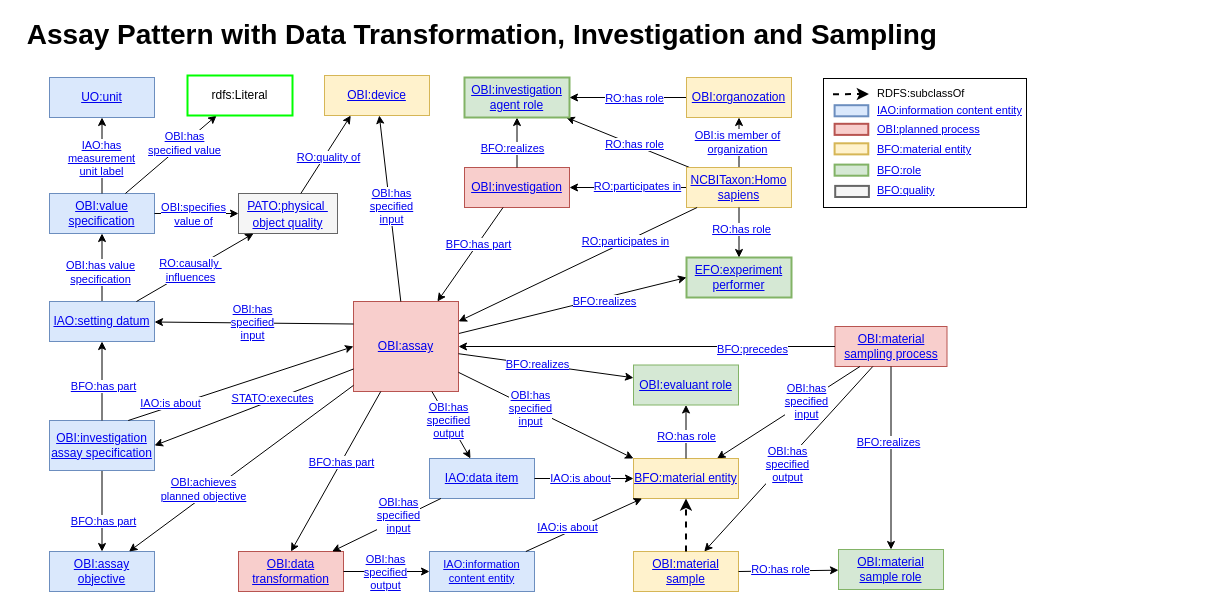
Above: page "Extended Assay Pattern" (5 of 5) of docs/images/VIBSO_T-Box_graph_views.drawio in NFDI4Chem/VibrationalSpectroscopyOntology (draw.io), before the change. Source tidied: cells renumbered, new cells numbered last; positions are measured from the earlier drawing's top-left corner, leaving out a move shared by most shapes. Both pictures are drawn from the tidied source at 100%, with x=0, y=0 at pixel (17, 19).
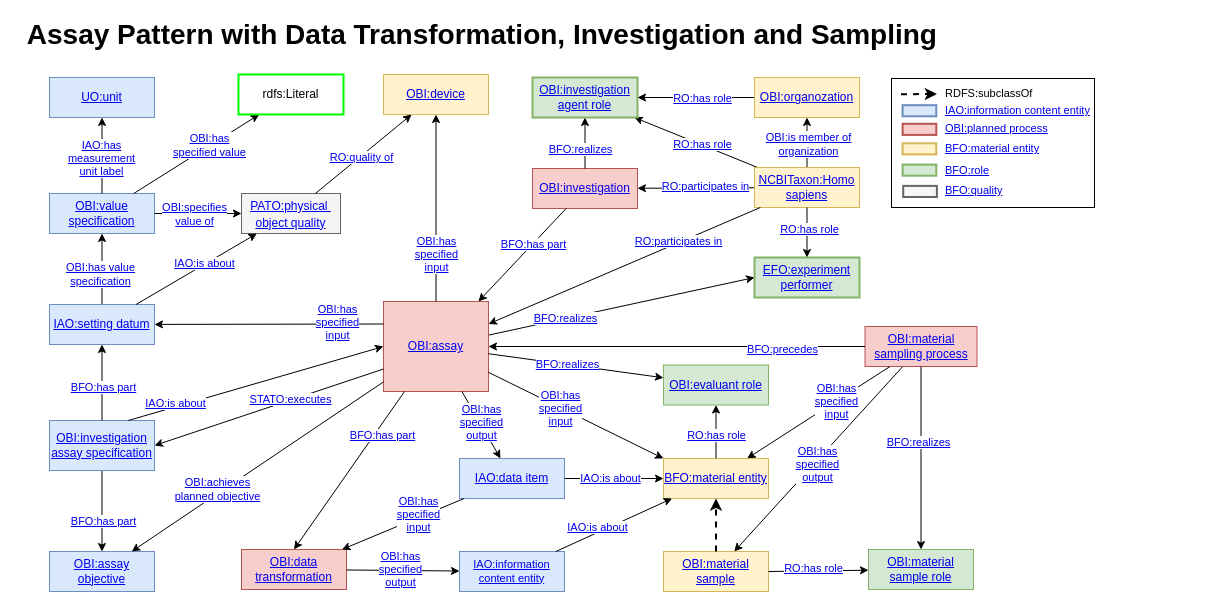
Above is the later version.

Unchanged cells that the change refers to:
```xml
<mxCell id="3" style="rounded=0;jettySize=auto;html=1;exitX=1;exitY=0.5;exitDx=0;exitDy=0;" parent="1" edge="1" source="2" target="12">
  <mxGeometry relative="1" as="geometry" />
</mxCell>
<mxCell id="15" style="edgeStyle=none;rounded=0;jettySize=auto;html=1;fontSize=12;" parent="1" edge="1" source="27" target="94">
  <mxGeometry relative="1" as="geometry" />
</mxCell>
<mxCell id="30" style="edgeStyle=none;rounded=0;jettySize=auto;html=1;fontSize=12;" parent="1" edge="1" source="27" target="39">
  <mxGeometry relative="1" as="geometry" />
</mxCell>
<mxCell id="32" style="edgeStyle=none;rounded=0;jettySize=auto;html=1;fontSize=12;entryX=0;entryY=0.5;entryDx=0;entryDy=0;" parent="1" edge="1" source="39" target="17">
  <mxGeometry relative="1" as="geometry" />
</mxCell>
<mxCell id="41" style="rounded=0;jettySize=auto;html=1;jumpStyle=arc;" parent="1" edge="1" source="39" target="40">
  <mxGeometry relative="1" as="geometry" />
</mxCell>
<mxCell id="44" style="rounded=0;jettySize=auto;html=1;jumpStyle=arc;strokeColor=#000000;fontColor=#000000;" parent="1" edge="1" source="39" target="43">
  <mxGeometry relative="1" as="geometry" />
</mxCell>
<mxCell id="53" style="rounded=0;jettySize=auto;html=1;jumpStyle=arc;strokeColor=#000000;fontColor=#000000;" parent="1" edge="1" source="52" target="55">
  <mxGeometry relative="1" as="geometry" />
</mxCell>
<mxCell id="61" style="rounded=0;jettySize=auto;html=1;" parent="1" edge="1" source="39" target="58">
  <mxGeometry relative="1" as="geometry" />
</mxCell>
<mxCell id="70" style="rounded=0;jettySize=auto;html=1;" parent="1" edge="1" source="49" target="69">
  <mxGeometry relative="1" as="geometry" />
</mxCell>
<mxCell id="84" style="edgeStyle=none;rounded=0;jumpStyle=arc;jettySize=auto;html=1;fontSize=14;" parent="1" edge="1" source="79" target="86">
  <mxGeometry relative="1" as="geometry" />
</mxCell>
<mxCell id="87" style="rounded=0;jettySize=auto;html=1;jumpStyle=arc;fontColor=#000000;strokeColor=#000000;entryX=0.5;entryY=0;entryDx=0;entryDy=0;" parent="1" edge="1" source="39" target="52">
  <mxGeometry relative="1" as="geometry" />
</mxCell>
<mxCell id="116" style="rounded=0;jettySize=auto;html=1;jumpStyle=arc;strokeColor=#000000;fontColor=#000000;exitX=0;exitY=0.25;exitDx=0;exitDy=0;" parent="1" edge="1" source="39" target="48">
  <mxGeometry relative="1" as="geometry" />
</mxCell>
```

Diff of the diagram source:
```diff
@@
     <mxCell id="2" value="&lt;a href=&quot;https://terminology.nfdi4chem.de/ts/ontologies/obi/terms?iri=http%3A%2F%2Fpurl.obolibrary.org%2Fobo%2FOBI_0000747&quot;&gt;OBI:material sample&lt;/a&gt;" style="rounded=0;whiteSpace=wrap;html=1;fillColor=#fff2cc;strokeColor=#d6b656;" parent="1" vertex="1">
-      <mxGeometry x="616" y="532" width="105" height="40" as="geometry" />
+      <mxGeometry x="646" y="532" width="105" height="40" as="geometry" />
     </mxCell>
@@
     <mxCell id="4" value="&lt;a href=&quot;https://terminology.nfdi4chem.de/ts/ontologies/ro/props?iri=http%3A%2F%2Fpurl.obolibrary.org%2Fobo%2FRO_0000087&quot;&gt;RO:has role&lt;/a&gt;" style="edgeLabel;html=1;align=center;verticalAlign=middle;" parent="3" vertex="1">
       <mxGeometry x="-0.18" y="2" relative="1" as="geometry">
-        <mxPoint x="1" as="offset" />
+        <mxPoint x="4" y="-1" as="offset" />
       </mxGeometry>
     </mxCell>
     <mxCell id="5" value="&lt;div&gt;&lt;a href=&quot;https://terminology.nfdi4chem.de/ts/ontologies/obi/terms?iri=http%3A%2F%2Fpurl.obolibrary.org%2Fobo%2FOBI_0000744&quot;&gt;OBI:material sampling process&lt;/a&gt;&lt;br&gt;&lt;/div&gt;" style="rounded=0;whiteSpace=wrap;html=1;fillColor=#f8cecc;strokeColor=#b85450;" parent="1" vertex="1">
-      <mxGeometry x="817.5" y="307" width="112" height="40" as="geometry" />
+      <mxGeometry x="847.5" y="307" width="112" height="40" as="geometry" />
     </mxCell>
@@
     <mxCell id="12" value="&lt;div&gt;&lt;a href=&quot;https://terminology.nfdi4chem.de/ts/ontologies/obi/terms?iri=http%3A%2F%2Fpurl.obolibrary.org%2Fobo%2FOBI_0000740&quot;&gt;OBI:material &lt;br&gt;&lt;/a&gt;&lt;/div&gt;&lt;div&gt;&lt;a href=&quot;https://terminology.nfdi4chem.de/ts/ontologies/obi/terms?iri=http%3A%2F%2Fpurl.obolibrary.org%2Fobo%2FOBI_0000740&quot;&gt;sample role&lt;/a&gt;&lt;/div&gt;" style="rounded=0;whiteSpace=wrap;html=1;fillColor=#d5e8d4;strokeColor=#82b366;" parent="1" vertex="1">
-      <mxGeometry x="821" y="530" width="105" height="40" as="geometry" />
+      <mxGeometry x="851" y="530" width="105" height="40" as="geometry" />
     </mxCell>
@@
     <mxCell id="16" value="&lt;div style=&quot;font-size: 11px;&quot;&gt;&lt;a href=&quot;https://terminology.nfdi4chem.de/ts/ontologies/obi/props?iri=http%3A%2F%2Fpurl.obolibrary.org%2Fobo%2FOBI_0000846&quot;&gt;OBI:is member of &lt;br style=&quot;font-size: 11px;&quot;&gt;&lt;/a&gt;&lt;/div&gt;&lt;div style=&quot;font-size: 11px;&quot;&gt;&lt;a href=&quot;https://terminology.nfdi4chem.de/ts/ontologies/obi/props?iri=http%3A%2F%2Fpurl.obolibrary.org%2Fobo%2FOBI_0000846&quot;&gt;organization&lt;/a&gt;&lt;/div&gt;" style="edgeLabel;html=1;align=center;verticalAlign=middle;fontSize=11;" parent="15" vertex="1">
       <mxGeometry x="-0.13" y="-1" relative="1" as="geometry">
-        <mxPoint x="-3" y="-4" as="offset" />
+        <mxPoint y="-2" as="offset" />
       </mxGeometry>
     </mxCell>
     <mxCell id="17" value="&lt;div style=&quot;font-size: 12px;&quot;&gt;&lt;a href=&quot;https://terminology.tib.eu/ts/ontologies/efo/terms?iri=http%3A%2F%2Fwww.ebi.ac.uk%2Fefo%2FEFO_0000647&quot;&gt;EFO:experiment performer&lt;/a&gt;&lt;/div&gt;" style="rounded=0;whiteSpace=wrap;html=1;glass=0;fillColor=#d5e8d4;fontStyle=0;fontSize=12;shadow=0;strokeColor=#82b366;strokeWidth=2;fontFamily=Helvetica;" parent="1" vertex="1">
-      <mxGeometry x="669" y="238" width="105" height="40" as="geometry" />
+      <mxGeometry x="737" y="238" width="105" height="40" as="geometry" />
     </mxCell>
@@
     <mxCell id="20" value="&lt;div style=&quot;font-size: 12px;&quot;&gt;&lt;a href=&quot;https://terminology.nfdi4chem.de/ts/ontologies/obi/terms?iri=http%3A%2F%2Fpurl.obolibrary.org%2Fobo%2FOBI_0000066&quot;&gt;OBI:investigation&lt;/a&gt;&lt;/div&gt;" style="rounded=0;whiteSpace=wrap;html=1;fillColor=#f8cecc;strokeColor=#b85450;fontStyle=0;fontSize=12;" parent="1" vertex="1">
-      <mxGeometry x="447" y="148" width="105" height="40" as="geometry" />
+      <mxGeometry x="515" y="149" width="105" height="40" as="geometry" />
     </mxCell>
@@
     <mxCell id="27" value="&lt;a href=&quot;https://terminology.nfdi4chem.de/ts/ontologies/obi/terms?iri=http%3A%2F%2Fpurl.obolibrary.org%2Fobo%2FNCBITaxon_9606&quot;&gt;NCBITaxon:Homo sapiens&lt;/a&gt;" style="rounded=0;whiteSpace=wrap;html=1;glass=0;fillColor=#fff2cc;fontStyle=0;fontSize=12;shadow=0;strokeColor=#d6b656;strokeWidth=1;" parent="1" vertex="1">
-      <mxGeometry x="669" y="148" width="105" height="40" as="geometry" />
+      <mxGeometry x="737" y="148" width="105" height="40" as="geometry" />
     </mxCell>
     <mxCell id="28" value="&lt;div style=&quot;font-size: 12px;&quot;&gt;&lt;a href=&quot;https://terminology.nfdi4chem.de/ts/ontologies/obi/terms?iri=http%3A%2F%2Fpurl.obolibrary.org%2Fobo%2FOBI_0000202&quot;&gt;OBI:investigation agent role&lt;/a&gt;&lt;/div&gt;" style="text;whiteSpace=wrap;html=1;fillColor=#d5e8d4;strokeColor=#82b366;strokeWidth=2;align=center;verticalAlign=middle;fontSize=12;" parent="1" vertex="1">
-      <mxGeometry x="447" y="58" width="105" height="40" as="geometry" />
+      <mxGeometry x="515" y="58" width="105" height="40" as="geometry" />
     </mxCell>
@@
     <mxCell id="31" value="&lt;div style=&quot;font-size: 11px;&quot;&gt;&lt;a href=&quot;https://terminology.nfdi4chem.de/ts/ontologies/ro/props?iri=http%3A%2F%2Fpurl.obolibrary.org%2Fobo%2FRO_0000056&quot;&gt;RO:participates in&lt;/a&gt;&lt;/div&gt;" style="edgeLabel;html=1;align=center;verticalAlign=middle;" parent="30" vertex="1">
-      <mxGeometry x="-0.4" y="-1" relative="1" as="geometry" />
+      <mxGeometry x="-0.4" y="-1" relative="1" as="geometry">
+        <mxPoint y="-1" as="offset" />
+      </mxGeometry>
     </mxCell>
@@
     <mxCell id="33" value="&lt;a href=&quot;https://terminology.nfdi4chem.de/ts/ontologies/ro/props?iri=http%3A%2F%2Fpurl.obolibrary.org%2Fobo%2FBFO_0000055&quot;&gt;BFO:realizes&lt;/a&gt;" style="edgeLabel;html=1;align=center;verticalAlign=middle;" parent="32" vertex="1">
       <mxGeometry x="0.18" y="-1" relative="1" as="geometry">
-        <mxPoint x="10" as="offset" />
+        <mxPoint x="-81" y="16" as="offset" />
       </mxGeometry>
     </mxCell>
@@
     <mxCell id="36" style="edgeStyle=none;rounded=0;orthogonalLoop=1;jettySize=auto;html=1;exitX=1;exitY=0.25;exitDx=0;exitDy=0;fontSize=12;" parent="1" edge="1">
       <mxGeometry relative="1" as="geometry">
-        <mxPoint x="879" y="340" as="sourcePoint" />
-        <mxPoint x="879" y="340" as="targetPoint" />
+        <mxPoint x="870" y="340" as="sourcePoint" />
+        <mxPoint x="870" y="340" as="targetPoint" />
       </mxGeometry>
     </mxCell>
@@
     <mxCell id="39" value="&lt;div&gt;&lt;a href=&quot;https://terminology.nfdi4chem.de/ts/ontologies/obi/terms?iri=http%3A%2F%2Fpurl.obolibrary.org%2Fobo%2FOBI_0000070&quot;&gt;OBI:assay&lt;/a&gt;&lt;/div&gt;" style="rounded=0;whiteSpace=wrap;html=1;fillColor=#f8cecc;strokeColor=#b85450;" parent="1" vertex="1">
-      <mxGeometry x="336" y="282" width="105" height="90" as="geometry" />
+      <mxGeometry x="366" y="282" width="105" height="90" as="geometry" />
     </mxCell>
     <mxCell id="40" value="&lt;div&gt;&lt;a href=&quot;https://terminology.nfdi4chem.de/ts/ontologies/vibso/terms?iri=http%3A%2F%2Fpurl.obolibrary.org%2Fobo%2FIAO_0000027&quot;&gt;IAO:data item&lt;/a&gt;&lt;/div&gt;" style="rounded=0;whiteSpace=wrap;html=1;fillColor=#dae8fc;strokeColor=#6c8ebf;arcSize=15;glass=0;shadow=0;" parent="1" vertex="1">
-      <mxGeometry x="412" y="439" width="105" height="40" as="geometry" />
+      <mxGeometry x="442" y="439" width="105" height="40" as="geometry" />
     </mxCell>
@@
     <mxCell id="42" value="&lt;div&gt;&lt;a href=&quot;https://terminology.nfdi4chem.de/ts/ontologies/obi/props?iri=http%3A%2F%2Fpurl.obolibrary.org%2Fobo%2FOBI_0000299&quot;&gt;OBI:has &lt;br&gt;&lt;/a&gt;&lt;/div&gt;&lt;div&gt;&lt;a href=&quot;https://terminology.nfdi4chem.de/ts/ontologies/obi/props?iri=http%3A%2F%2Fpurl.obolibrary.org%2Fobo%2FOBI_0000299&quot;&gt;specified &lt;br&gt;&lt;/a&gt;&lt;/div&gt;&lt;div&gt;&lt;a href=&quot;https://terminology.nfdi4chem.de/ts/ontologies/obi/props?iri=http%3A%2F%2Fpurl.obolibrary.org%2Fobo%2FOBI_0000299&quot;&gt;output&lt;/a&gt;&lt;/div&gt;" style="edgeLabel;html=1;align=center;verticalAlign=middle;" parent="41" vertex="1">
-      <mxGeometry x="-0.14" relative="1" as="geometry" />
+      <mxGeometry x="-0.14" relative="1" as="geometry">
+        <mxPoint x="3" y="2" as="offset" />
+      </mxGeometry>
     </mxCell>
     <mxCell id="43" value="&lt;a href=&quot;https://terminology.nfdi4chem.de/ts/ontologies/obi/terms?iri=http%3A%2F%2Fpurl.obolibrary.org%2Fobo%2FOBI_0000968&quot;&gt;OBI:device&lt;/a&gt;" style="rounded=0;whiteSpace=wrap;html=1;fillColor=#fff2cc;strokeColor=#d6b656;" parent="1" vertex="1">
-      <mxGeometry x="307" y="56" width="105" height="40" as="geometry" />
+      <mxGeometry x="366" y="55" width="105" height="40" as="geometry" />
     </mxCell>
@@
     <mxCell id="45" value="&lt;div class=&quot;node-metadata-label&quot;&gt;&lt;/div&gt;&lt;div class=&quot;col-sm-8 col-md-9 node-metadata-value&quot;&gt;&lt;a href=&quot;https://terminology.nfdi4chem.de/ts/ontologies/obi/props?iri=http%3A%2F%2Fpurl.obolibrary.org%2Fobo%2FOBI_0000293&quot;&gt;OBI:has &lt;br&gt;&lt;/a&gt;&lt;/div&gt;&lt;div class=&quot;col-sm-8 col-md-9 node-metadata-value&quot;&gt;&lt;a href=&quot;https://terminology.nfdi4chem.de/ts/ontologies/obi/props?iri=http%3A%2F%2Fpurl.obolibrary.org%2Fobo%2FOBI_0000293&quot;&gt;specified &lt;br&gt;&lt;/a&gt;&lt;/div&gt;&lt;div class=&quot;col-sm-8 col-md-9 node-metadata-value&quot;&gt;&lt;a href=&quot;https://terminology.nfdi4chem.de/ts/ontologies/obi/props?iri=http%3A%2F%2Fpurl.obolibrary.org%2Fobo%2FOBI_0000293&quot;&gt;input&lt;/a&gt;&lt;/div&gt;" style="edgeLabel;html=1;align=center;verticalAlign=middle;" parent="44" vertex="1">
-      <mxGeometry x="0.03" y="-1" relative="1" as="geometry" />
+      <mxGeometry x="0.03" y="-1" relative="1" as="geometry">
+        <mxPoint x="-1" y="48" as="offset" />
+      </mxGeometry>
     </mxCell>
@@
     <mxCell id="48" value="&lt;div&gt;&lt;div&gt;&lt;a href=&quot;https://terminology.nfdi4chem.de/ts/ontologies/vibso/terms?iri=http%3A%2F%2Fpurl.obolibrary.org%2Fobo%2FIAO_0000140&quot;&gt;IAO:setting datum&lt;/a&gt;&lt;br&gt;&lt;/div&gt;&lt;/div&gt;" style="rounded=0;whiteSpace=wrap;html=1;fillColor=#dae8fc;strokeColor=#6c8ebf;arcSize=15;glass=0;shadow=0;" parent="1" vertex="1">
-      <mxGeometry x="32" y="282" width="105" height="40" as="geometry" />
+      <mxGeometry x="32" y="285" width="105" height="40" as="geometry" />
     </mxCell>
     <mxCell id="49" value="&lt;a href=&quot;https://terminology.nfdi4chem.de/ts/ontologies/bfo/terms?iri=http%3A%2F%2Fpurl.obolibrary.org%2Fobo%2FBFO_0000040&quot;&gt;BFO:material entity&lt;/a&gt;" style="rounded=0;whiteSpace=wrap;html=1;fillColor=#fff2cc;strokeColor=#d6b656;" parent="1" vertex="1">
-      <mxGeometry x="616" y="439" width="105" height="40" as="geometry" />
+      <mxGeometry x="646" y="439" width="105" height="40" as="geometry" />
     </mxCell>
@@
     <mxCell id="52" value="&lt;div&gt;&lt;a href=&quot;https://terminology.nfdi4chem.de/ts/ontologies/obi/terms?iri=http%3A%2F%2Fpurl.obolibrary.org%2Fobo%2FOBI_0200000&quot;&gt;OBI:data transformation&lt;/a&gt;&lt;br&gt;&lt;/div&gt;" style="rounded=0;whiteSpace=wrap;html=1;fillColor=#f8cecc;strokeColor=#b85450;" parent="1" vertex="1">
-      <mxGeometry x="221" y="532" width="105" height="40" as="geometry" />
+      <mxGeometry x="224" y="530" width="105" height="40" as="geometry" />
     </mxCell>
@@
     <mxCell id="54" value="&lt;div&gt;&lt;a href=&quot;https://terminology.nfdi4chem.de/ts/ontologies/obi/props?iri=http%3A%2F%2Fpurl.obolibrary.org%2Fobo%2FOBI_0000299&quot;&gt;OBI:has &lt;br&gt;&lt;/a&gt;&lt;/div&gt;&lt;div&gt;&lt;a href=&quot;https://terminology.nfdi4chem.de/ts/ontologies/obi/props?iri=http%3A%2F%2Fpurl.obolibrary.org%2Fobo%2FOBI_0000299&quot;&gt;specified &lt;br&gt;&lt;/a&gt;&lt;/div&gt;&lt;div&gt;&lt;a href=&quot;https://terminology.nfdi4chem.de/ts/ontologies/obi/props?iri=http%3A%2F%2Fpurl.obolibrary.org%2Fobo%2FOBI_0000299&quot;&gt;output&lt;/a&gt;&lt;/div&gt;" style="edgeLabel;html=1;align=center;verticalAlign=middle;" parent="53" vertex="1">
-      <mxGeometry x="-0.05" relative="1" as="geometry" />
+      <mxGeometry x="-0.05" relative="1" as="geometry">
+        <mxPoint y="-1" as="offset" />
+      </mxGeometry>
     </mxCell>
     <mxCell id="55" value="&lt;div&gt;&lt;div style=&quot;font-size: 11px;&quot;&gt;&lt;a href=&quot;https://terminology.nfdi4chem.de/ts/ontologies/iao/terms?iri=http%3A%2F%2Fpurl.obolibrary.org%2Fobo%2FIAO_0000030&quot;&gt;IAO:information content entity&lt;/a&gt;&lt;br&gt;&lt;/div&gt;&lt;/div&gt;" style="rounded=0;whiteSpace=wrap;html=1;fillColor=#dae8fc;strokeColor=#6c8ebf;arcSize=15;glass=0;shadow=0;" parent="1" vertex="1">
-      <mxGeometry x="412" y="532" width="105" height="40" as="geometry" />
+      <mxGeometry x="442" y="532" width="105" height="40" as="geometry" />
     </mxCell>
@@
     <mxCell id="62" value="&lt;div&gt;&lt;a href=&quot;https://terminology.nfdi4chem.de/ts/ontologies/obi/props?iri=http%3A%2F%2Fpurl.obolibrary.org%2Fobo%2FOBI_0000417&quot;&gt;OBI:achieves&lt;/a&gt;&lt;/div&gt;&lt;div&gt;&lt;a href=&quot;https://terminology.nfdi4chem.de/ts/ontologies/obi/props?iri=http%3A%2F%2Fpurl.obolibrary.org%2Fobo%2FOBI_0000417&quot;&gt;planned objective&lt;/a&gt;&lt;br&gt;&lt;/div&gt;" style="edgeLabel;html=1;align=center;verticalAlign=middle;" parent="61" vertex="1">
       <mxGeometry x="0.13" y="1" relative="1" as="geometry">
-        <mxPoint x="-24" y="9" as="offset" />
+        <mxPoint x="-24" y="10" as="offset" />
       </mxGeometry>
     </mxCell>
@@
     <mxCell id="69" value="&lt;a href=&quot;https://terminology.nfdi4chem.de/ts/ontologies/obi/terms?iri=http%3A%2F%2Fpurl.obolibrary.org%2Fobo%2FOBI_0000067&quot;&gt;OBI:evaluant role&lt;/a&gt;" style="rounded=0;whiteSpace=wrap;html=1;fillColor=#d5e8d4;strokeColor=#82b366;" parent="1" vertex="1">
-      <mxGeometry x="616" y="345.5" width="105" height="40" as="geometry" />
+      <mxGeometry x="646" y="345.5" width="105" height="40" as="geometry" />
     </mxCell>
@@
     <mxCell id="71" value="&lt;a href=&quot;https://terminology.nfdi4chem.de/ts/ontologies/ro/props?iri=http%3A%2F%2Fpurl.obolibrary.org%2Fobo%2FRO_0000087&quot;&gt;RO:has role&lt;/a&gt;" style="edgeLabel;html=1;align=center;verticalAlign=middle;" parent="70" vertex="1">
-      <mxGeometry x="-0.14" relative="1" as="geometry" />
+      <mxGeometry x="-0.14" relative="1" as="geometry">
+        <mxPoint y="-1" as="offset" />
+      </mxGeometry>
     </mxCell>
@@
     <mxCell id="76" value="&lt;div&gt;&lt;a href=&quot;https://terminology.nfdi4chem.de/ts/ontologies/pato/terms?iri=http%3A%2F%2Fpurl.obolibrary.org%2Fobo%2FPATO_0001241&quot;&gt;&lt;font style=&quot;font-size: 12px;&quot;&gt;PATO:physical&amp;nbsp;&lt;/font&gt;&lt;/a&gt;&lt;/div&gt;&lt;div&gt;&lt;a href=&quot;https://terminology.nfdi4chem.de/ts/ontologies/pato/terms?iri=http%3A%2F%2Fpurl.obolibrary.org%2Fobo%2FPATO_0001241&quot;&gt;&lt;font style=&quot;font-size: 12px;&quot;&gt;object quality&lt;/font&gt;&lt;/a&gt;&lt;/div&gt;" style="rounded=0;whiteSpace=wrap;html=1;glass=0;fillColor=#f5f5f5;fontStyle=0;fontSize=14;shadow=0;strokeColor=#666666;strokeWidth=1;fontColor=#333333;fontFamily=Helvetica;" parent="1" vertex="1">
-      <mxGeometry x="221" y="174" width="99" height="40" as="geometry" />
+      <mxGeometry x="224" y="174" width="99" height="40" as="geometry" />
     </mxCell>
-    <mxCell id="77" style="rounded=0;jettySize=auto;html=1;fontSize=14;entryX=0.25;entryY=1;entryDx=0;entryDy=0;" parent="1" edge="1" source="76" target="43">
+    <mxCell id="77" style="rounded=0;jettySize=auto;html=1;fontSize=14;" parent="1" edge="1" source="76" target="43">
       <mxGeometry relative="1" as="geometry" />
     </mxCell>
@@
     <mxCell id="85" value="&lt;div style=&quot;font-size: 11px;&quot;&gt;&lt;a href=&quot;https://terminology.nfdi4chem.de/ts/ontologies/obi/props?iri=http%3A%2F%2Fpurl.obolibrary.org%2Fobo%2FOBI_0002135&quot;&gt;&lt;font style=&quot;font-size: 11px;&quot;&gt;OBI:has&lt;/font&gt;&lt;/a&gt;&lt;/div&gt;&lt;div style=&quot;font-size: 11px;&quot;&gt;&lt;a href=&quot;https://terminology.nfdi4chem.de/ts/ontologies/obi/props?iri=http%3A%2F%2Fpurl.obolibrary.org%2Fobo%2FOBI_0002135&quot;&gt;&lt;font style=&quot;font-size: 11px;&quot;&gt;specified value&lt;/font&gt;&lt;/a&gt;&lt;/div&gt;" style="edgeLabel;html=1;align=center;verticalAlign=middle;" parent="84" vertex="1">
-      <mxGeometry x="0.28" relative="1" as="geometry" />
+      <mxGeometry x="0.28" relative="1" as="geometry">
+        <mxPoint x="-5" y="2" as="offset" />
+      </mxGeometry>
     </mxCell>
     <mxCell id="86" value="rdfs:Literal" style="rounded=0;whiteSpace=wrap;html=1;strokeColor=#00FF00;strokeWidth=2;fontSize=12;" parent="1" vertex="1">
-      <mxGeometry x="170" y="56" width="105" height="40" as="geometry" />
+      <mxGeometry x="221" y="55" width="105" height="40" as="geometry" />
     </mxCell>
@@
     <mxCell id="88" value="&lt;div&gt;&lt;a href=&quot;https://terminology.nfdi4chem.de/ts/ontologies/ro/props?iri=http%3A%2F%2Fpurl.obolibrary.org%2Fobo%2FBFO_0000051&quot;&gt;BFO:has part&lt;/a&gt;&lt;/div&gt;" style="edgeLabel;html=1;align=center;verticalAlign=middle;" parent="87" vertex="1">
-      <mxGeometry x="-0.12" relative="1" as="geometry" />
+      <mxGeometry x="-0.12" relative="1" as="geometry">
+        <mxPoint x="26" y="-26" as="offset" />
+      </mxGeometry>
     </mxCell>
@@
     <mxCell id="94" value="&lt;a href=&quot;https://terminology.nfdi4chem.de/ts/ontologies/obi/terms?iri=http%3A%2F%2Fpurl.obolibrary.org%2Fobo%2FOBI_0000245&quot;&gt;OBI:organozation&lt;/a&gt;" style="rounded=0;whiteSpace=wrap;html=1;glass=0;fillColor=#fff2cc;fontStyle=0;fontSize=12;shadow=0;strokeColor=#d6b656;strokeWidth=1;" parent="1" vertex="1">
-      <mxGeometry x="669" y="58" width="105" height="40" as="geometry" />
+      <mxGeometry x="737" y="58" width="105" height="40" as="geometry" />
     </mxCell>
@@
     <mxCell id="96" style="group;" parent="1" vertex="1">
-      <mxGeometry x="806" y="55" width="224" height="133" as="geometry" />
+      <mxGeometry x="874" y="55" width="224" height="133" as="geometry" />
     </mxCell>
@@
     <mxCell id="102" value="&lt;div style=&quot;font-size: 11px;&quot;&gt;&lt;a href=&quot;https://terminology.nfdi4chem.de/ts/ontologies/obi/terms?iri=http%3A%2F%2Fpurl.obolibrary.org%2Fobo%2FOBI_0000011&quot;&gt;OBI:planned process&lt;/a&gt;&lt;/div&gt;" style="text;html=1;strokeColor=none;fillColor=none;align=left;verticalAlign=middle;whiteSpace=wrap;rounded=0;fontSize=11;" parent="96" vertex="1">
-      <mxGeometry x="52" y="48.3" width="134" height="13" as="geometry" />
+      <mxGeometry x="52" y="47.3" width="134" height="13" as="geometry" />
     </mxCell>
@@
     <mxCell id="104" value="&lt;a href=&quot;https://terminology.nfdi4chem.de/ts/ontologies/bfo/terms?iri=http%3A%2F%2Fpurl.obolibrary.org%2Fobo%2FBFO_0000040&quot;&gt;BFO:material entity&lt;/a&gt;" style="text;html=1;strokeColor=none;fillColor=none;align=left;verticalAlign=middle;whiteSpace=wrap;rounded=0;fontSize=11;" parent="96" vertex="1">
-      <mxGeometry x="52" y="68.8" width="111" height="13" as="geometry" />
+      <mxGeometry x="52" y="67.8" width="111" height="13" as="geometry" />
     </mxCell>
@@
-    <mxCell id="110" style="rounded=0;jettySize=auto;html=1;" parent="1" edge="1" source="48" target="76">
-      <mxGeometry relative="1" as="geometry" />
-    </mxCell>
-    <mxCell id="111" value="&lt;div&gt;&lt;a href=&quot;https://terminology.tib.eu/ts/ontologies/vibso/props?iri=http%3A%2F%2Fpurl.obolibrary.org%2Fobo%2FRO_0002566&quot;&gt;RO:causally&amp;nbsp;&lt;/a&gt;&lt;/div&gt;&lt;div&gt;&lt;a href=&quot;https://terminology.tib.eu/ts/ontologies/vibso/props?iri=http%3A%2F%2Fpurl.obolibrary.org%2Fobo%2FRO_0002566&quot;&gt;influences&lt;/a&gt;&lt;/div&gt;" style="edgeLabel;html=1;align=center;verticalAlign=middle;" parent="110" vertex="1">
-      <mxGeometry x="-0.63" y="1" relative="1" as="geometry">
-        <mxPoint x="32" y="-18" as="offset" />
-      </mxGeometry>
-    </mxCell>
@@
     <mxCell id="117" value="&lt;div class=&quot;node-metadata-label&quot;&gt;&lt;/div&gt;&lt;div class=&quot;col-sm-8 col-md-9 node-metadata-value&quot;&gt;&lt;a href=&quot;https://terminology.nfdi4chem.de/ts/ontologies/obi/props?iri=http%3A%2F%2Fpurl.obolibrary.org%2Fobo%2FOBI_0000293&quot;&gt;OBI:has &lt;br&gt;&lt;/a&gt;&lt;/div&gt;&lt;div class=&quot;col-sm-8 col-md-9 node-metadata-value&quot;&gt;&lt;a href=&quot;https://terminology.nfdi4chem.de/ts/ontologies/obi/props?iri=http%3A%2F%2Fpurl.obolibrary.org%2Fobo%2FOBI_0000293&quot;&gt;specified &lt;br&gt;&lt;/a&gt;&lt;/div&gt;&lt;div class=&quot;col-sm-8 col-md-9 node-metadata-value&quot;&gt;&lt;a href=&quot;https://terminology.nfdi4chem.de/ts/ontologies/obi/props?iri=http%3A%2F%2Fpurl.obolibrary.org%2Fobo%2FOBI_0000293&quot;&gt;input&lt;/a&gt;&lt;/div&gt;" style="edgeLabel;html=1;align=center;verticalAlign=middle;" parent="116" vertex="1">
-      <mxGeometry x="0.03" y="-1" relative="1" as="geometry" />
+      <mxGeometry x="0.03" y="-1" relative="1" as="geometry">
+        <mxPoint x="72" y="-1" as="offset" />
+      </mxGeometry>
     </mxCell>
@@
+    <mxCell id="110" style="rounded=0;jettySize=auto;html=1;jumpStyle=arc;" parent="1" edge="1" source="48" target="76">
+      <mxGeometry relative="1" as="geometry" />
+    </mxCell>
+    <mxCell id="119" value="&lt;div&gt;&lt;a href=&quot;https://terminology.nfdi4chem.de/ts/ontologies/iao/props?iri=http%3A%2F%2Fpurl.obolibrary.org%2Fobo%2FIAO_0000136&quot;&gt;IAO:is about&lt;/a&gt;&lt;/div&gt;" style="edgeLabel;html=1;align=center;verticalAlign=middle;" parent="110" vertex="1">
+      <mxGeometry x="0.11" y="-1" relative="1" as="geometry">
+        <mxPoint y="-3" as="offset" />
+      </mxGeometry>
+    </mxCell>
```
